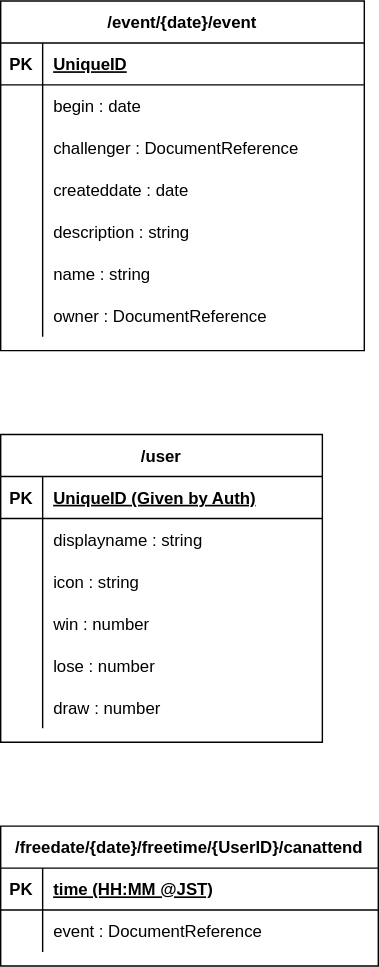
Earlier version of the draw.io export firestore/structure.svg (ApoApon/ApoApon). Source tidied: cells renumbered, new cells last; positions are measured from the earlier drawing's top-left corner, leaving out a move shared by most shapes.
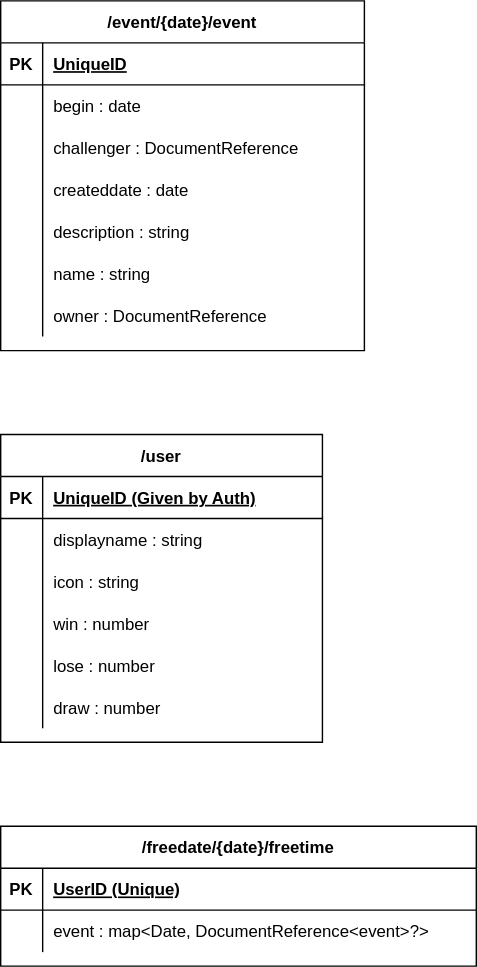
After the commit.

Commit message:
freetimeのデータ構造を更新(一括取得に無理があったため)

Diff of the diagram source:
```diff
@@ -125,26 +125,26 @@
     <mxCell id="42" value="draw : number" style="shape=partialRectangle;fillColor=none;top=0;left=0;bottom=0;right=0;align=left;spacingLeft=6;overflow=hidden;" parent="40" vertex="1">
       <mxGeometry x="30" width="200" height="30" as="geometry" />
     </mxCell>
-    <mxCell id="43" value="/freedate/{date}/freetime/{UserID}/canattend" style="shape=table;startSize=30;rowLines=0;fontStyle=1;align=center;" parent="1" vertex="1">
-      <mxGeometry y="590" width="270" height="100" as="geometry" />
+    <mxCell id="43" value="/freedate/{date}/freetime" style="shape=table;startSize=30;rowLines=0;fontStyle=1;align=center;" parent="1" vertex="1">
+      <mxGeometry y="590" width="340" height="100" as="geometry" />
     </mxCell>
     <mxCell id="44" style="shape=partialRectangle;fillColor=none;top=0;left=0;bottom=1;right=0;" parent="43" vertex="1">
-      <mxGeometry y="30" width="270" height="30" as="geometry" />
+      <mxGeometry y="30" width="340" height="30" as="geometry" />
     </mxCell>
     <mxCell id="45" value="PK" style="shape=partialRectangle;fillColor=none;top=0;left=0;bottom=0;right=0;fontStyle=1;overflow=hidden;" parent="44" vertex="1">
       <mxGeometry width="30" height="30" as="geometry" />
     </mxCell>
-    <mxCell id="46" value="time (HH:MM @JST)" style="shape=partialRectangle;fillColor=none;top=0;left=0;bottom=0;right=0;align=left;spacingLeft=6;fontStyle=5;overflow=hidden;" parent="44" vertex="1">
-      <mxGeometry x="30" width="240" height="30" as="geometry" />
+    <mxCell id="46" value="UserID (Unique)" style="shape=partialRectangle;fillColor=none;top=0;left=0;bottom=0;right=0;align=left;spacingLeft=6;fontStyle=5;overflow=hidden;" parent="44" vertex="1">
+      <mxGeometry x="30" width="310" height="30" as="geometry" />
     </mxCell>
     <mxCell id="47" style="shape=partialRectangle;fillColor=none;top=0;left=0;bottom=0;right=0;" parent="43" vertex="1">
-      <mxGeometry y="60" width="270" height="30" as="geometry" />
+      <mxGeometry y="60" width="340" height="30" as="geometry" />
     </mxCell>
     <mxCell id="48" style="shape=partialRectangle;fillColor=none;top=0;left=0;bottom=0;right=0;overflow=hidden;" parent="47" vertex="1">
       <mxGeometry width="30" height="30" as="geometry" />
     </mxCell>
-    <mxCell id="49" value="event : DocumentReference" style="shape=partialRectangle;fillColor=none;top=0;left=0;bottom=0;right=0;align=left;spacingLeft=6;overflow=hidden;" parent="47" vertex="1">
-      <mxGeometry x="30" width="240" height="30" as="geometry" />
+    <mxCell id="49" value="event : map&lt;Date, DocumentReference&lt;event&gt;?&gt;" style="shape=partialRectangle;fillColor=none;top=0;left=0;bottom=0;right=0;align=left;spacingLeft=6;overflow=hidden;" parent="47" vertex="1">
+      <mxGeometry x="30" width="310" height="30" as="geometry" />
     </mxCell>
   </root>
 </mxGraphModel>
```
